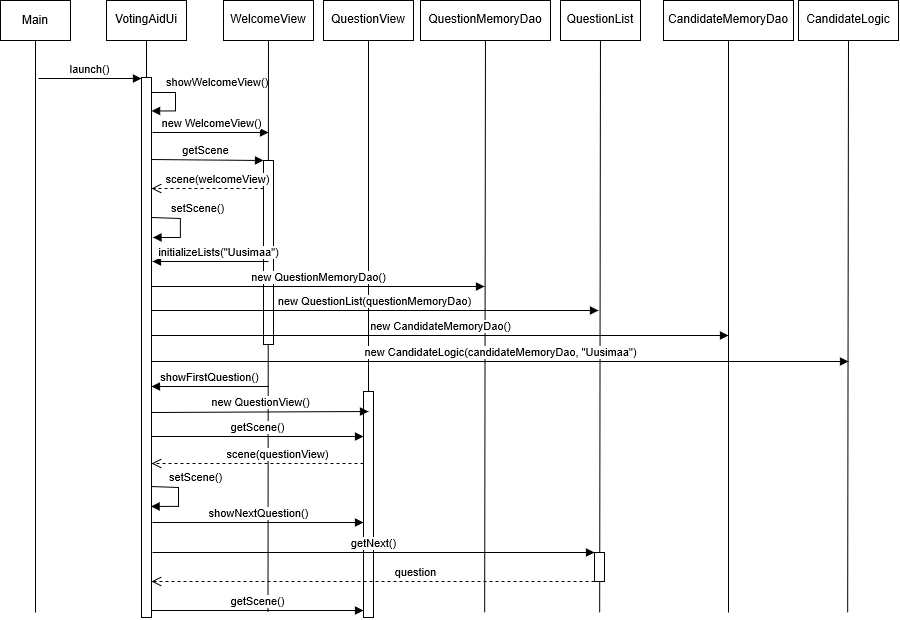
The draw.io diagram Vaalikone/dokumentaatio/kuvat/sekvenssikaavio_ui.png in mlkulmala/ot-harjoitustyo, before a commit. Source tidied: cells renumbered, new cells last; positions are measured from the earlier drawing's top-left corner, leaving out a move shared by most shapes. Source of this version:
```xml
<mxGraphModel>
  <root>
    <mxCell id="0" />
    <mxCell id="1" parent="0" />
    <mxCell id="2" value="setScene()" style="edgeStyle=orthogonalEdgeStyle;html=1;align=left;spacingLeft=2;endArrow=block;rounded=0;entryX=0.757;entryY=0.711;entryDx=0;entryDy=0;entryPerimeter=0;exitX=0.811;exitY=0.674;exitDx=0;exitDy=0;exitPerimeter=0;" parent="1" edge="1">
      <mxGeometry x="-0.6" y="10" relative="1" as="geometry">
        <mxPoint x="149.1" y="486" as="sourcePoint" />
        <mxPoint x="150.6" y="505.9" as="targetPoint" />
        <Array as="points">
          <mxPoint x="149" y="487" />
          <mxPoint x="178" y="487" />
          <mxPoint x="178" y="506" />
        </Array>
      </mxGeometry>
    </mxCell>
    <mxCell id="3" style="endArrow=none;html=1;" parent="1" edge="1" target="6">
      <mxGeometry relative="1" as="geometry">
        <mxPoint x="146" y="612" as="sourcePoint" />
      </mxGeometry>
    </mxCell>
    <mxCell id="4" value="launch()" style="html=1;verticalAlign=bottom;endArrow=block;" parent="1" edge="1">
      <mxGeometry relative="1" as="geometry">
        <mxPoint x="38" y="78" as="sourcePoint" />
        <mxPoint x="141" y="78" as="targetPoint" />
      </mxGeometry>
    </mxCell>
    <mxCell id="5" value="&lt;p style=&quot;line-height: 100%&quot;&gt;&lt;/p&gt;&lt;div align=&quot;center&quot;&gt;Main&lt;/div&gt;&lt;p&gt;&lt;/p&gt;" style="shape=note;whiteSpace=wrap;html=1;size=0;verticalAlign=top;align=center;spacingTop=-6;" parent="1" vertex="1">
      <mxGeometry width="70" height="40" as="geometry" />
    </mxCell>
    <mxCell id="6" value="&lt;p style=&quot;line-height: 100%&quot;&gt;VotingAidUi&lt;/p&gt;" style="shape=note;whiteSpace=wrap;html=1;size=0;verticalAlign=top;align=center;spacingTop=-6;" parent="1" vertex="1">
      <mxGeometry x="106" width="80" height="40" as="geometry" />
    </mxCell>
    <mxCell id="7" value="&lt;p style=&quot;line-height: 100%&quot;&gt;WelcomeView&lt;/p&gt;" style="shape=note;whiteSpace=wrap;html=1;size=0;verticalAlign=top;align=center;spacingTop=-6;" parent="1" vertex="1">
      <mxGeometry x="223" width="90" height="40" as="geometry" />
    </mxCell>
    <mxCell id="8" value="&lt;p style=&quot;line-height: 100%&quot;&gt;QuestionView&lt;/p&gt;" style="shape=note;whiteSpace=wrap;html=1;size=0;verticalAlign=top;align=center;spacingTop=-6;" parent="1" vertex="1">
      <mxGeometry x="323" width="90" height="40" as="geometry" />
    </mxCell>
    <mxCell id="9" style="endArrow=none;html=1;entryX=0.5;entryY=1;entryDx=0;entryDy=0;entryPerimeter=0;" parent="1" edge="1" target="5">
      <mxGeometry relative="1" as="geometry">
        <mxPoint x="35" y="612" as="sourcePoint" />
      </mxGeometry>
    </mxCell>
    <mxCell id="10" style="endArrow=none;html=1;" parent="1" edge="1" target="7">
      <mxGeometry relative="1" as="geometry">
        <mxPoint x="267.5" y="612" as="sourcePoint" />
      </mxGeometry>
    </mxCell>
    <mxCell id="11" style="endArrow=none;html=1;" parent="1" edge="1" source="32" target="8">
      <mxGeometry relative="1" as="geometry" />
    </mxCell>
    <mxCell id="12" value="&lt;p style=&quot;line-height: 100%&quot;&gt;QuestionMemoryDao&lt;/p&gt;" style="shape=note;whiteSpace=wrap;html=1;size=0;verticalAlign=top;align=center;spacingTop=-6;" parent="1" vertex="1">
      <mxGeometry x="420" width="130" height="40" as="geometry" />
    </mxCell>
    <mxCell id="13" value="&lt;p style=&quot;line-height: 100%&quot;&gt;QuestionList&lt;/p&gt;" style="shape=note;whiteSpace=wrap;html=1;size=0;verticalAlign=top;align=center;spacingTop=-6;" parent="1" vertex="1">
      <mxGeometry x="560" width="80" height="40" as="geometry" />
    </mxCell>
    <mxCell id="14" value="&lt;p style=&quot;line-height: 100%&quot;&gt;CandidateMemoryDao&lt;/p&gt;" style="shape=note;whiteSpace=wrap;html=1;size=0;verticalAlign=top;align=center;spacingTop=-6;" parent="1" vertex="1">
      <mxGeometry x="663" width="130" height="40" as="geometry" />
    </mxCell>
    <mxCell id="15" value="&lt;p style=&quot;line-height: 100%&quot;&gt;CandidateLogic&lt;/p&gt;" style="shape=note;whiteSpace=wrap;html=1;size=0;verticalAlign=top;align=center;spacingTop=-6;" parent="1" vertex="1">
      <mxGeometry x="798" width="100" height="40" as="geometry" />
    </mxCell>
    <mxCell id="16" style="endArrow=none;html=1;" parent="1" edge="1" target="12">
      <mxGeometry relative="1" as="geometry">
        <mxPoint x="484.2" y="612" as="sourcePoint" />
      </mxGeometry>
    </mxCell>
    <mxCell id="17" style="endArrow=none;html=1;" parent="1" edge="1" target="13">
      <mxGeometry relative="1" as="geometry">
        <mxPoint x="599.2" y="612" as="sourcePoint" />
      </mxGeometry>
    </mxCell>
    <mxCell id="18" style="endArrow=none;html=1;entryX=0.5;entryY=1;entryDx=0;entryDy=0;entryPerimeter=0;" parent="1" edge="1" target="14">
      <mxGeometry relative="1" as="geometry">
        <mxPoint x="728" y="612" as="sourcePoint" />
      </mxGeometry>
    </mxCell>
    <mxCell id="19" style="endArrow=none;html=1;entryX=0.5;entryY=1;entryDx=0;entryDy=0;entryPerimeter=0;" parent="1" edge="1" target="15">
      <mxGeometry relative="1" as="geometry">
        <mxPoint x="847.2" y="612" as="sourcePoint" />
      </mxGeometry>
    </mxCell>
    <mxCell id="20" value="showWelcomeView()" style="edgeStyle=orthogonalEdgeStyle;html=1;align=left;spacingLeft=2;endArrow=block;rounded=0;entryX=1.309;entryY=0.062;entryDx=0;entryDy=0;entryPerimeter=0;" parent="1" edge="1">
      <mxGeometry x="-0.6" y="10" relative="1" as="geometry">
        <mxPoint x="148" y="92" as="sourcePoint" />
        <mxPoint x="151.1" y="110.5" as="targetPoint" />
        <Array as="points">
          <mxPoint x="175" y="92" />
          <mxPoint x="175" y="111" />
        </Array>
      </mxGeometry>
    </mxCell>
    <mxCell id="21" style="html=1;perimeter=orthogonalPerimeter;" parent="1" vertex="1">
      <mxGeometry x="263" y="160" width="10" height="184" as="geometry" />
    </mxCell>
    <mxCell id="22" value="getScene" style="html=1;verticalAlign=bottom;endArrow=block;entryX=0;entryY=0;" parent="1" edge="1">
      <mxGeometry relative="1" as="geometry">
        <mxPoint x="148" y="159" as="sourcePoint" />
        <mxPoint x="263" y="160" as="targetPoint" />
      </mxGeometry>
    </mxCell>
    <mxCell id="23" value="scene(welcomeView)" style="html=1;verticalAlign=bottom;endArrow=open;dashed=1;endSize=8;exitX=0;exitY=0.95;" parent="1" edge="1">
      <mxGeometry x="-0.2" relative="1" as="geometry">
        <mxPoint x="263" y="188" as="sourcePoint" />
        <mxPoint x="151" y="188" as="targetPoint" />
      </mxGeometry>
    </mxCell>
    <mxCell id="24" value="initializeLists(&quot;Uusimaa&quot;)" style="html=1;verticalAlign=bottom;endArrow=block;" parent="1" edge="1">
      <mxGeometry x="-0.14" relative="1" as="geometry">
        <mxPoint x="268" y="261" as="sourcePoint" />
        <mxPoint x="152" y="261" as="targetPoint" />
      </mxGeometry>
    </mxCell>
    <mxCell id="25" value="new QuestionMemoryDao()" style="html=1;verticalAlign=bottom;endArrow=block;" parent="1" edge="1">
      <mxGeometry relative="1" as="geometry">
        <mxPoint x="151" y="286" as="sourcePoint" />
        <mxPoint x="484" y="286" as="targetPoint" />
      </mxGeometry>
    </mxCell>
    <mxCell id="26" style="html=1;points=[];perimeter=orthogonalPerimeter;" parent="1" vertex="1">
      <mxGeometry x="141" y="77" width="10" height="540" as="geometry" />
    </mxCell>
    <mxCell id="27" value="new QuestionList(questionMemoryDao)" style="html=1;verticalAlign=bottom;endArrow=block;" parent="1" edge="1">
      <mxGeometry relative="1" as="geometry">
        <mxPoint x="151" y="310" as="sourcePoint" />
        <mxPoint x="598" y="310" as="targetPoint" />
      </mxGeometry>
    </mxCell>
    <mxCell id="28" value="new CandidateMemoryDao()" style="html=1;verticalAlign=bottom;endArrow=block;" parent="1" edge="1">
      <mxGeometry relative="1" as="geometry">
        <mxPoint x="151" y="335" as="sourcePoint" />
        <mxPoint x="728" y="335" as="targetPoint" />
      </mxGeometry>
    </mxCell>
    <mxCell id="29" value="new CandidateLogic(candidateMemoryDao, &quot;Uusimaa&quot;)" style="html=1;verticalAlign=bottom;endArrow=block;" parent="1" edge="1">
      <mxGeometry relative="1" as="geometry">
        <mxPoint x="151" y="361" as="sourcePoint" />
        <mxPoint x="848" y="361" as="targetPoint" />
      </mxGeometry>
    </mxCell>
    <mxCell id="30" value="showFirstQuestion()" style="html=1;verticalAlign=bottom;endArrow=block;" parent="1" edge="1">
      <mxGeometry relative="1" as="geometry">
        <mxPoint x="268" y="386" as="sourcePoint" />
        <mxPoint x="151" y="386" as="targetPoint" />
      </mxGeometry>
    </mxCell>
    <mxCell id="31" value="getScene()" style="html=1;verticalAlign=bottom;endArrow=block;" parent="1" edge="1">
      <mxGeometry relative="1" as="geometry">
        <mxPoint x="151" y="436" as="sourcePoint" />
        <mxPoint x="363" y="436" as="targetPoint" />
      </mxGeometry>
    </mxCell>
    <mxCell id="32" style="html=1;points=[];perimeter=orthogonalPerimeter;" parent="1" vertex="1">
      <mxGeometry x="363" y="391" width="10" height="226" as="geometry" />
    </mxCell>
    <mxCell id="33" value="new QuestionView()" style="html=1;verticalAlign=bottom;endArrow=block;" parent="1" edge="1">
      <mxGeometry relative="1" as="geometry">
        <mxPoint x="151" y="412" as="sourcePoint" />
        <mxPoint x="368" y="411" as="targetPoint" />
      </mxGeometry>
    </mxCell>
    <mxCell id="34" value="scene(questionView)" style="html=1;verticalAlign=bottom;endArrow=open;dashed=1;endSize=8;" parent="1" edge="1">
      <mxGeometry x="-0.2" relative="1" as="geometry">
        <mxPoint x="363" y="463" as="sourcePoint" />
        <mxPoint x="151" y="463" as="targetPoint" />
      </mxGeometry>
    </mxCell>
    <mxCell id="35" value="new WelcomeView()" style="html=1;verticalAlign=bottom;endArrow=block;" parent="1" edge="1">
      <mxGeometry relative="1" as="geometry">
        <mxPoint x="152" y="132" as="sourcePoint" />
        <mxPoint x="268" y="132" as="targetPoint" />
      </mxGeometry>
    </mxCell>
    <mxCell id="36" value="showNextQuestion()" style="html=1;verticalAlign=bottom;endArrow=block;" parent="1" edge="1">
      <mxGeometry relative="1" as="geometry">
        <mxPoint x="152" y="522" as="sourcePoint" />
        <mxPoint x="363" y="522" as="targetPoint" />
      </mxGeometry>
    </mxCell>
    <mxCell id="37" style="html=1;perimeter=orthogonalPerimeter;" parent="1" vertex="1">
      <mxGeometry x="594" y="552" width="10" height="29" as="geometry" />
    </mxCell>
    <mxCell id="38" value="getNext()" style="html=1;verticalAlign=bottom;endArrow=block;" parent="1" edge="1">
      <mxGeometry relative="1" as="geometry">
        <mxPoint x="152" y="552" as="sourcePoint" />
        <mxPoint x="594" y="552" as="targetPoint" />
      </mxGeometry>
    </mxCell>
    <mxCell id="39" value="question" style="html=1;verticalAlign=bottom;endArrow=open;dashed=1;endSize=8;" parent="1" edge="1">
      <mxGeometry x="-0.2" relative="1" as="geometry">
        <mxPoint x="594" y="581" as="sourcePoint" />
        <mxPoint x="151" y="581" as="targetPoint" />
      </mxGeometry>
    </mxCell>
    <mxCell id="40" value="getScene()" style="html=1;verticalAlign=bottom;endArrow=block;" parent="1" edge="1" source="26">
      <mxGeometry relative="1" as="geometry">
        <mxPoint x="363" y="610" as="targetPoint" />
      </mxGeometry>
    </mxCell>
    <mxCell id="41" value="setScene()" style="edgeStyle=orthogonalEdgeStyle;html=1;align=left;spacingLeft=2;endArrow=block;rounded=0;entryX=0.757;entryY=0.711;entryDx=0;entryDy=0;entryPerimeter=0;exitX=0.811;exitY=0.674;exitDx=0;exitDy=0;exitPerimeter=0;" parent="1" edge="1">
      <mxGeometry x="-0.6" y="10" relative="1" as="geometry">
        <mxPoint x="151" y="217" as="sourcePoint" />
        <mxPoint x="152.5" y="237" as="targetPoint" />
        <Array as="points">
          <mxPoint x="150.9" y="218" />
          <mxPoint x="179.9" y="218" />
          <mxPoint x="179.9" y="237" />
        </Array>
      </mxGeometry>
    </mxCell>
  </root>
</mxGraphModel>
```
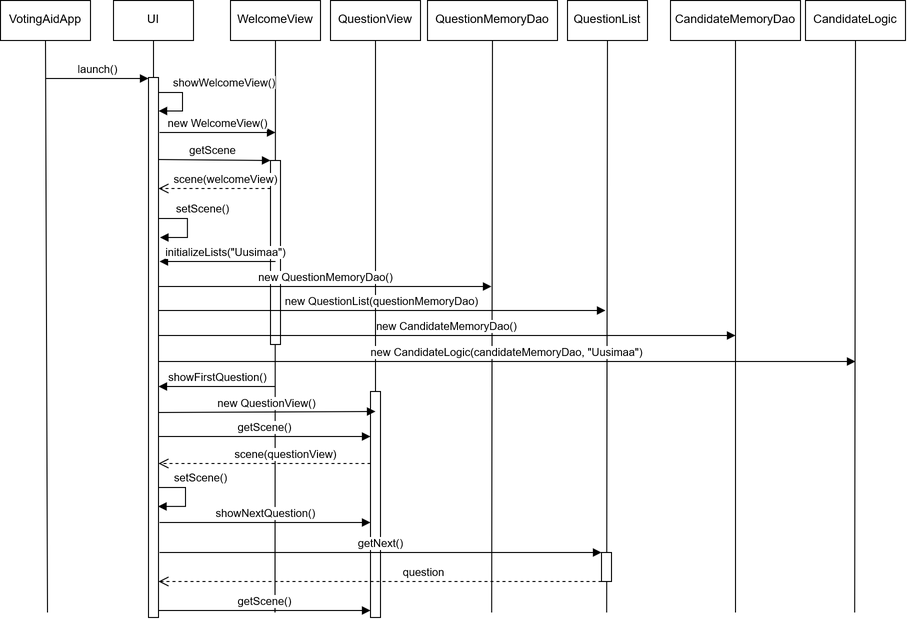
After the change.

Commit message:
sekvenssikaavio_compare lisätty

What changed in the source:
```diff
@@ -24,10 +24,10 @@
         <mxPoint x="141" y="78" as="targetPoint" />
       </mxGeometry>
     </mxCell>
-    <mxCell id="5" value="&lt;p style=&quot;line-height: 100%&quot;&gt;&lt;/p&gt;&lt;div align=&quot;center&quot;&gt;Main&lt;/div&gt;&lt;p&gt;&lt;/p&gt;" style="shape=note;whiteSpace=wrap;html=1;size=0;verticalAlign=top;align=center;spacingTop=-6;" parent="1" vertex="1">
-      <mxGeometry width="70" height="40" as="geometry" />
+    <mxCell id="5" value="&lt;p style=&quot;line-height: 100%&quot;&gt;VotingAidApp&lt;/p&gt;" style="shape=note;whiteSpace=wrap;html=1;size=0;verticalAlign=top;align=center;spacingTop=-6;" parent="1" vertex="1">
+      <mxGeometry x="-7" width="90" height="40" as="geometry" />
     </mxCell>
-    <mxCell id="6" value="&lt;p style=&quot;line-height: 100%&quot;&gt;VotingAidUi&lt;/p&gt;" style="shape=note;whiteSpace=wrap;html=1;size=0;verticalAlign=top;align=center;spacingTop=-6;" parent="1" vertex="1">
+    <mxCell id="6" value="&lt;p style=&quot;line-height: 100%&quot;&gt;UI&lt;/p&gt;" style="shape=note;whiteSpace=wrap;html=1;size=0;verticalAlign=top;align=center;spacingTop=-6;" parent="1" vertex="1">
       <mxGeometry x="106" width="80" height="40" as="geometry" />
     </mxCell>
     <mxCell id="7" value="&lt;p style=&quot;line-height: 100%&quot;&gt;WelcomeView&lt;/p&gt;" style="shape=note;whiteSpace=wrap;html=1;size=0;verticalAlign=top;align=center;spacingTop=-6;" parent="1" vertex="1">
@@ -38,7 +38,7 @@
     </mxCell>
     <mxCell id="9" style="endArrow=none;html=1;entryX=0.5;entryY=1;entryDx=0;entryDy=0;entryPerimeter=0;" parent="1" edge="1" target="5">
       <mxGeometry relative="1" as="geometry">
-        <mxPoint x="35" y="612" as="sourcePoint" />
+        <mxPoint x="40" y="612" as="sourcePoint" />
       </mxGeometry>
     </mxCell>
     <mxCell id="10" style="endArrow=none;html=1;" parent="1" edge="1" target="7">
```
